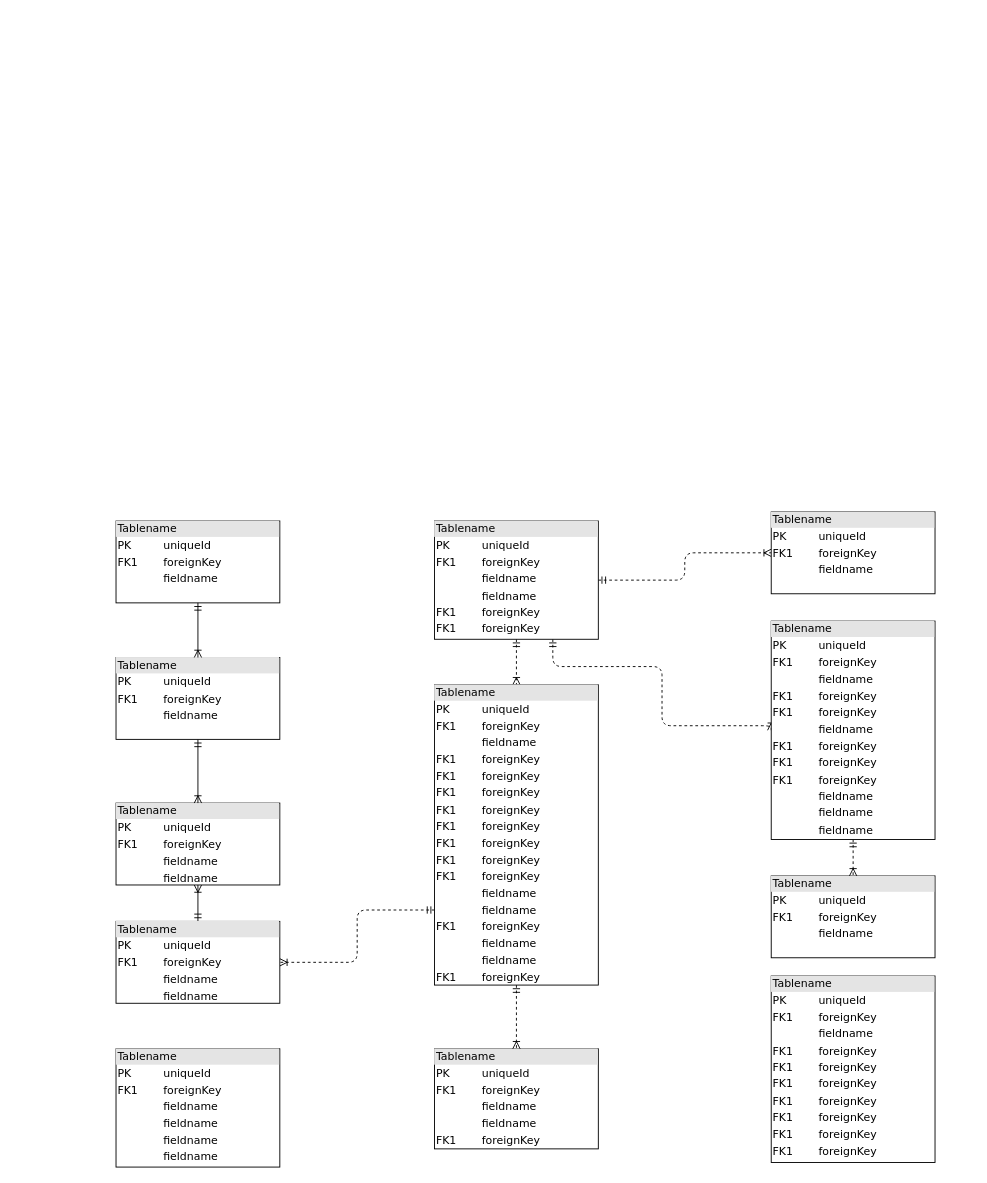
Before: Diagrama sem nome.drawio in dominguesVini/HubGest, a draw.io diagram. Source tidied: cells renumbered, new cells numbered last; positions are measured from the earlier drawing's top-left corner, leaving out a move shared by most shapes. Both pictures are drawn from the tidied source at 91%, with x=0, y=0 at pixel (116, 511).
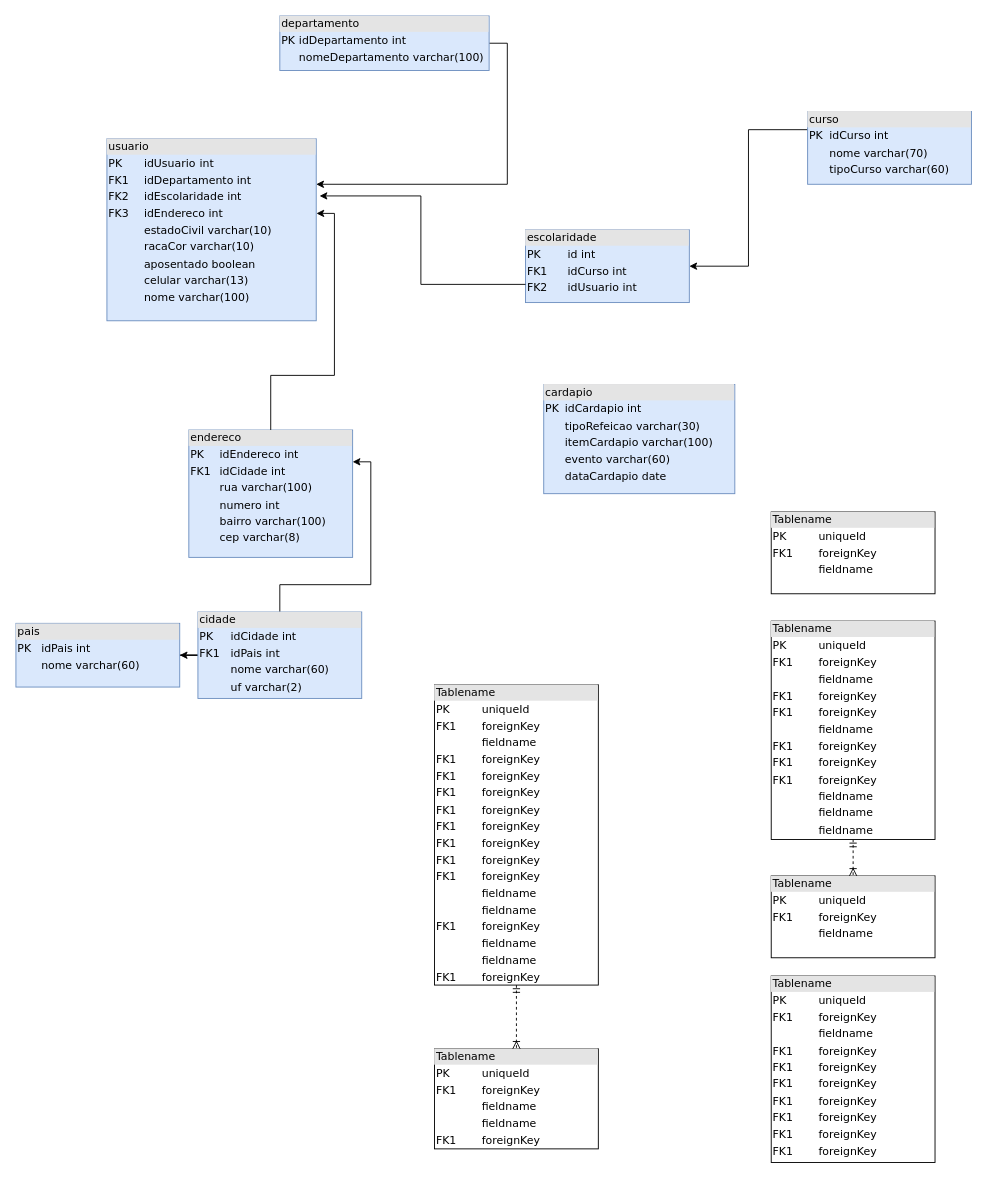
The same page after the edit.

The change refers to these unchanged cells:
```xml
<mxCell id="16" value="&lt;div style=&quot;box-sizing: border-box ; width: 100% ; background: #e4e4e4 ; padding: 2px&quot;&gt;Tablename&lt;/div&gt;&lt;table style=&quot;width: 100% ; font-size: 1em&quot; cellpadding=&quot;2&quot; cellspacing=&quot;0&quot;&gt;&lt;tbody&gt;&lt;tr&gt;&lt;td&gt;PK&lt;/td&gt;&lt;td&gt;uniqueId&lt;/td&gt;&lt;/tr&gt;&lt;tr&gt;&lt;td&gt;FK1&lt;/td&gt;&lt;td&gt;foreignKey&lt;/td&gt;&lt;/tr&gt;&lt;tr&gt;&lt;td&gt;&lt;/td&gt;&lt;td&gt;fieldname&lt;/td&gt;&lt;/tr&gt;&lt;tr&gt;&lt;td&gt;FK1&lt;br&gt;&lt;/td&gt;&lt;td&gt;foreignKey&lt;br&gt;&lt;/td&gt;&lt;/tr&gt;&lt;tr&gt;&lt;td&gt;FK1&lt;br&gt;&lt;/td&gt;&lt;td&gt;foreignKey&lt;br&gt;&lt;/td&gt;&lt;/tr&gt;&lt;tr&gt;&lt;td&gt;FK1&lt;br&gt;&lt;/td&gt;&lt;td&gt;foreignKey&lt;br&gt;&lt;/td&gt;&lt;/tr&gt;&lt;tr&gt;&lt;td&gt;FK1&lt;br&gt;&lt;/td&gt;&lt;td&gt;foreignKey&lt;br&gt;&lt;/td&gt;&lt;/tr&gt;&lt;tr&gt;&lt;td&gt;FK1&lt;br&gt;&lt;/td&gt;&lt;td&gt;foreignKey&lt;br&gt;&lt;/td&gt;&lt;/tr&gt;&lt;tr&gt;&lt;td&gt;FK1&lt;br&gt;&lt;/td&gt;&lt;td&gt;foreignKey&lt;br&gt;&lt;/td&gt;&lt;/tr&gt;&lt;tr&gt;&lt;td&gt;FK1&lt;br&gt;&lt;/td&gt;&lt;td&gt;foreignKey&lt;br&gt;&lt;/td&gt;&lt;/tr&gt;&lt;tr&gt;&lt;td&gt;FK1&lt;br&gt;&lt;/td&gt;&lt;td&gt;foreignKey&lt;br&gt;&lt;/td&gt;&lt;/tr&gt;&lt;tr&gt;&lt;td&gt;&lt;br&gt;&lt;/td&gt;&lt;td&gt;fieldname&lt;br&gt;&lt;/td&gt;&lt;/tr&gt;&lt;tr&gt;&lt;td&gt;&lt;br&gt;&lt;/td&gt;&lt;td&gt;fieldname&lt;br&gt;&lt;/td&gt;&lt;/tr&gt;&lt;tr&gt;&lt;td&gt;FK1&lt;br&gt;&lt;/td&gt;&lt;td&gt;foreignKey&lt;br&gt;&lt;/td&gt;&lt;/tr&gt;&lt;tr&gt;&lt;td&gt;&lt;br&gt;&lt;/td&gt;&lt;td&gt;fieldname&lt;br&gt;&lt;/td&gt;&lt;/tr&gt;&lt;tr&gt;&lt;td&gt;&lt;br&gt;&lt;/td&gt;&lt;td&gt;fieldname&lt;br&gt;&lt;/td&gt;&lt;/tr&gt;&lt;tr&gt;&lt;td&gt;FK1&lt;br&gt;&lt;/td&gt;&lt;td&gt;foreignKey&lt;br&gt;&lt;/td&gt;&lt;/tr&gt;&lt;/tbody&gt;&lt;/table&gt;" style="verticalAlign=top;align=left;overflow=fill;html=1;rounded=0;shadow=0;comic=0;labelBackgroundColor=none;strokeWidth=1;fontFamily=Verdana;fontSize=12;" parent="1" vertex="1">
  <mxGeometry x="350" y="190" width="180" height="330" as="geometry" />
</mxCell>
<mxCell id="19" value="&lt;div style=&quot;box-sizing: border-box ; width: 100% ; background: #e4e4e4 ; padding: 2px&quot;&gt;Tablename&lt;/div&gt;&lt;table style=&quot;width: 100% ; font-size: 1em&quot; cellpadding=&quot;2&quot; cellspacing=&quot;0&quot;&gt;&lt;tbody&gt;&lt;tr&gt;&lt;td&gt;PK&lt;/td&gt;&lt;td&gt;uniqueId&lt;/td&gt;&lt;/tr&gt;&lt;tr&gt;&lt;td&gt;FK1&lt;/td&gt;&lt;td&gt;foreignKey&lt;/td&gt;&lt;/tr&gt;&lt;tr&gt;&lt;td&gt;&lt;/td&gt;&lt;td&gt;fieldname&lt;/td&gt;&lt;/tr&gt;&lt;tr&gt;&lt;td&gt;FK1&lt;br&gt;&lt;/td&gt;&lt;td&gt;foreignKey&lt;br&gt;&lt;/td&gt;&lt;/tr&gt;&lt;tr&gt;&lt;td&gt;FK1&lt;br&gt;&lt;/td&gt;&lt;td&gt;foreignKey&lt;br&gt;&lt;/td&gt;&lt;/tr&gt;&lt;tr&gt;&lt;td&gt;&lt;br&gt;&lt;/td&gt;&lt;td&gt;fieldname&lt;br&gt;&lt;/td&gt;&lt;/tr&gt;&lt;tr&gt;&lt;td&gt;FK1&lt;br&gt;&lt;/td&gt;&lt;td&gt;foreignKey&lt;br&gt;&lt;/td&gt;&lt;/tr&gt;&lt;tr&gt;&lt;td&gt;FK1&lt;br&gt;&lt;/td&gt;&lt;td&gt;foreignKey&lt;br&gt;&lt;/td&gt;&lt;/tr&gt;&lt;tr&gt;&lt;td&gt;FK1&lt;br&gt;&lt;/td&gt;&lt;td&gt;foreignKey&lt;br&gt;&lt;/td&gt;&lt;/tr&gt;&lt;tr&gt;&lt;td&gt;&lt;br&gt;&lt;/td&gt;&lt;td&gt;fieldname&lt;br&gt;&lt;/td&gt;&lt;/tr&gt;&lt;tr&gt;&lt;td&gt;&lt;br&gt;&lt;/td&gt;&lt;td&gt;fieldname&lt;br&gt;&lt;/td&gt;&lt;/tr&gt;&lt;tr&gt;&lt;td&gt;&lt;br&gt;&lt;/td&gt;&lt;td&gt;fieldname&lt;br&gt;&lt;/td&gt;&lt;/tr&gt;&lt;/tbody&gt;&lt;/table&gt;" style="verticalAlign=top;align=left;overflow=fill;html=1;rounded=0;shadow=0;comic=0;labelBackgroundColor=none;strokeWidth=1;fontFamily=Verdana;fontSize=12;" parent="1" vertex="1">
  <mxGeometry x="720" y="120" width="180" height="240" as="geometry" />
</mxCell>
<mxCell id="20" value="&lt;div style=&quot;box-sizing:border-box;width:100%;background:#e4e4e4;padding:2px;&quot;&gt;Tablename&lt;/div&gt;&lt;table style=&quot;width:100%;font-size:1em;&quot; cellpadding=&quot;2&quot; cellspacing=&quot;0&quot;&gt;&lt;tr&gt;&lt;td&gt;PK&lt;/td&gt;&lt;td&gt;uniqueId&lt;/td&gt;&lt;/tr&gt;&lt;tr&gt;&lt;td&gt;FK1&lt;/td&gt;&lt;td&gt;foreignKey&lt;/td&gt;&lt;/tr&gt;&lt;tr&gt;&lt;td&gt;&lt;/td&gt;&lt;td&gt;fieldname&lt;/td&gt;&lt;/tr&gt;&lt;/table&gt;" style="verticalAlign=top;align=left;overflow=fill;html=1;rounded=0;shadow=0;comic=0;labelBackgroundColor=none;strokeWidth=1;fontFamily=Verdana;fontSize=12;" parent="1" vertex="1">
  <mxGeometry x="720" width="180" height="90" as="geometry" />
</mxCell>
```

Diff of the diagram source:
```diff
@@
-    <mxCell id="2" value="&lt;div style=&quot;box-sizing:border-box;width:100%;background:#e4e4e4;padding:2px;&quot;&gt;Tablename&lt;/div&gt;&lt;table style=&quot;width:100%;font-size:1em;&quot; cellpadding=&quot;2&quot; cellspacing=&quot;0&quot;&gt;&lt;tr&gt;&lt;td&gt;PK&lt;/td&gt;&lt;td&gt;uniqueId&lt;/td&gt;&lt;/tr&gt;&lt;tr&gt;&lt;td&gt;FK1&lt;/td&gt;&lt;td&gt;foreignKey&lt;/td&gt;&lt;/tr&gt;&lt;tr&gt;&lt;td&gt;&lt;/td&gt;&lt;td&gt;fieldname&lt;/td&gt;&lt;/tr&gt;&lt;/table&gt;" style="verticalAlign=top;align=left;overflow=fill;html=1;rounded=0;shadow=0;comic=0;labelBackgroundColor=none;strokeWidth=1;fontFamily=Verdana;fontSize=12;" parent="1" vertex="1">
-      <mxGeometry y="10" width="180" height="90" as="geometry" />
+    <mxCell id="2" value="&lt;div style=&quot;box-sizing:border-box;width:100%;background:#e4e4e4;padding:2px;&quot;&gt;usuario&lt;/div&gt;&lt;table style=&quot;width:100%;font-size:1em;&quot; cellpadding=&quot;2&quot; cellspacing=&quot;0&quot;&gt;&lt;tbody&gt;&lt;tr&gt;&lt;td&gt;PK&lt;/td&gt;&lt;td&gt;&lt;br&gt;&lt;/td&gt;&lt;td&gt;idUsuario&lt;span style=&quot;white-space: pre;&quot;&gt;&#9;&lt;/span&gt;int&lt;/td&gt;&lt;td&gt;&lt;br&gt;&lt;/td&gt;&lt;/tr&gt;&lt;tr&gt;&lt;td&gt;FK1&lt;/td&gt;&lt;td&gt;&lt;br&gt;&lt;/td&gt;&lt;td&gt;idDepartamento int&lt;/td&gt;&lt;td&gt;&lt;br&gt;&lt;/td&gt;&lt;/tr&gt;&lt;tr&gt;&lt;td&gt;FK2&lt;/td&gt;&lt;td&gt;&lt;br&gt;&lt;/td&gt;&lt;td&gt;idEscolaridade int&lt;/td&gt;&lt;td&gt;&lt;br&gt;&lt;/td&gt;&lt;/tr&gt;&lt;tr&gt;&lt;td&gt;FK3&lt;/td&gt;&lt;td&gt;&lt;br&gt;&lt;/td&gt;&lt;td&gt;idEndereco int&lt;/td&gt;&lt;td&gt;&lt;br&gt;&lt;/td&gt;&lt;/tr&gt;&lt;tr&gt;&lt;td&gt;&amp;nbsp;&amp;nbsp;&lt;/td&gt;&lt;td&gt;&lt;br&gt;&lt;/td&gt;&lt;td&gt;estadoCivil varchar(10)&lt;/td&gt;&lt;td&gt;&lt;br&gt;&lt;/td&gt;&lt;/tr&gt;&lt;tr&gt;&lt;td&gt;&lt;br&gt;&lt;/td&gt;&lt;td&gt;&lt;br&gt;&lt;/td&gt;&lt;td&gt;racaCor varchar(10)&lt;/td&gt;&lt;td&gt;&lt;br&gt;&lt;/td&gt;&lt;/tr&gt;&lt;tr&gt;&lt;td&gt;&lt;br&gt;&lt;/td&gt;&lt;td&gt;&lt;br&gt;&lt;/td&gt;&lt;td&gt;aposentado boolean&lt;/td&gt;&lt;td&gt;&lt;br&gt;&lt;/td&gt;&lt;/tr&gt;&lt;tr&gt;&lt;td&gt;&lt;br&gt;&lt;/td&gt;&lt;td&gt;&lt;br&gt;&lt;/td&gt;&lt;td&gt;celular varchar(13)&lt;/td&gt;&lt;td&gt;&lt;br&gt;&lt;/td&gt;&lt;/tr&gt;&lt;tr&gt;&lt;td&gt;&lt;br&gt;&lt;/td&gt;&lt;td&gt;&lt;br&gt;&lt;/td&gt;&lt;td&gt;nome varchar(100)&lt;/td&gt;&lt;td&gt;&lt;br&gt;&lt;/td&gt;&lt;/tr&gt;&lt;/tbody&gt;&lt;/table&gt;" style="verticalAlign=top;align=left;overflow=fill;html=1;rounded=0;shadow=0;comic=0;labelBackgroundColor=none;strokeWidth=1;fontFamily=Verdana;fontSize=12;fillColor=#dae8fc;strokeColor=#6c8ebf;" parent="1" vertex="1">
+      <mxGeometry x="-10" y="-410" width="230" height="200" as="geometry" />
     </mxCell>
-    <mxCell id="3" style="edgeStyle=orthogonalEdgeStyle;html=1;entryX=0.5;entryY=0;dashed=1;labelBackgroundColor=none;startArrow=ERmandOne;endArrow=ERoneToMany;fontFamily=Verdana;fontSize=12;align=left;" parent="1" edge="1" source="6" target="16">
-      <mxGeometry relative="1" as="geometry" />
-    </mxCell>
-    <mxCell id="4" style="edgeStyle=orthogonalEdgeStyle;html=1;dashed=1;labelBackgroundColor=none;startArrow=ERmandOne;endArrow=ERoneToMany;fontFamily=Verdana;fontSize=12;align=left;entryX=0;entryY=0.5;" parent="1" edge="1" source="6" target="19">
-      <mxGeometry relative="1" as="geometry">
-        <Array as="points">
-          <mxPoint x="480" y="170" />
-          <mxPoint x="600" y="170" />
-          <mxPoint x="600" y="235" />
-        </Array>
-      </mxGeometry>
-    </mxCell>
-    <mxCell id="5" style="edgeStyle=orthogonalEdgeStyle;html=1;dashed=1;labelBackgroundColor=none;startArrow=ERmandOne;endArrow=ERoneToMany;fontFamily=Verdana;fontSize=12;align=left;" parent="1" edge="1" source="6" target="20">
-      <mxGeometry relative="1" as="geometry" />
-    </mxCell>
-    <mxCell id="6" value="&lt;div style=&quot;box-sizing: border-box ; width: 100% ; background: #e4e4e4 ; padding: 2px&quot;&gt;Tablename&lt;/div&gt;&lt;table style=&quot;width: 100% ; font-size: 1em&quot; cellpadding=&quot;2&quot; cellspacing=&quot;0&quot;&gt;&lt;tbody&gt;&lt;tr&gt;&lt;td&gt;PK&lt;/td&gt;&lt;td&gt;uniqueId&lt;/td&gt;&lt;/tr&gt;&lt;tr&gt;&lt;td&gt;FK1&lt;/td&gt;&lt;td&gt;foreignKey&lt;/td&gt;&lt;/tr&gt;&lt;tr&gt;&lt;td&gt;&lt;/td&gt;&lt;td&gt;fieldname&lt;/td&gt;&lt;/tr&gt;&lt;tr&gt;&lt;td&gt;&lt;br&gt;&lt;/td&gt;&lt;td&gt;fieldname&lt;br&gt;&lt;/td&gt;&lt;/tr&gt;&lt;tr&gt;&lt;td&gt;FK1&lt;br&gt;&lt;/td&gt;&lt;td&gt;foreignKey&lt;br&gt;&lt;/td&gt;&lt;/tr&gt;&lt;tr&gt;&lt;td&gt;FK1&lt;br&gt;&lt;/td&gt;&lt;td&gt;foreignKey&lt;br&gt;&lt;/td&gt;&lt;/tr&gt;&lt;/tbody&gt;&lt;/table&gt;" style="verticalAlign=top;align=left;overflow=fill;html=1;rounded=0;shadow=0;comic=0;labelBackgroundColor=none;strokeWidth=1;fontFamily=Verdana;fontSize=12;" parent="1" vertex="1">
-      <mxGeometry x="350" y="10" width="180" height="130" as="geometry" />
+    <mxCell id="6" value="&lt;div style=&quot;box-sizing: border-box ; width: 100% ; background: #e4e4e4 ; padding: 2px&quot;&gt;escolaridade&lt;/div&gt;&lt;table style=&quot;width: 100% ; font-size: 1em&quot; cellpadding=&quot;2&quot; cellspacing=&quot;0&quot;&gt;&lt;tbody&gt;&lt;tr&gt;&lt;td&gt;PK&lt;/td&gt;&lt;td&gt;id int&lt;/td&gt;&lt;/tr&gt;&lt;tr&gt;&lt;td&gt;FK1&lt;/td&gt;&lt;td&gt;idCurso int&lt;/td&gt;&lt;/tr&gt;&lt;tr&gt;&lt;td&gt;FK2&lt;/td&gt;&lt;td&gt;idUsuario int&lt;/td&gt;&lt;/tr&gt;&lt;/tbody&gt;&lt;/table&gt;" style="verticalAlign=top;align=left;overflow=fill;html=1;rounded=0;shadow=0;comic=0;labelBackgroundColor=none;strokeWidth=1;fontFamily=Verdana;fontSize=12;fillColor=#dae8fc;strokeColor=#6c8ebf;" parent="1" vertex="1">
+      <mxGeometry x="450" y="-310" width="180" height="80" as="geometry" />
     </mxCell>
-    <mxCell id="7" style="edgeStyle=orthogonalEdgeStyle;html=1;labelBackgroundColor=none;startArrow=ERmandOne;endArrow=ERoneToMany;fontFamily=Verdana;fontSize=12;align=left;" parent="1" edge="1" source="9" target="10">
-      <mxGeometry relative="1" as="geometry" />
-    </mxCell>
-    <mxCell id="8" style="edgeStyle=orthogonalEdgeStyle;html=1;exitX=0;exitY=0.75;entryX=1;entryY=0.5;dashed=1;labelBackgroundColor=none;startArrow=ERmandOne;endArrow=ERoneToMany;fontFamily=Verdana;fontSize=12;align=left;" parent="1" edge="1" source="16" target="9">
-      <mxGeometry relative="1" as="geometry" />
-    </mxCell>
-    <mxCell id="9" value="&lt;div style=&quot;box-sizing: border-box ; width: 100% ; background: #e4e4e4 ; padding: 2px&quot;&gt;Tablename&lt;/div&gt;&lt;table style=&quot;width: 100% ; font-size: 1em&quot; cellpadding=&quot;2&quot; cellspacing=&quot;0&quot;&gt;&lt;tbody&gt;&lt;tr&gt;&lt;td&gt;PK&lt;/td&gt;&lt;td&gt;uniqueId&lt;/td&gt;&lt;/tr&gt;&lt;tr&gt;&lt;td&gt;FK1&lt;/td&gt;&lt;td&gt;foreignKey&lt;/td&gt;&lt;/tr&gt;&lt;tr&gt;&lt;td&gt;&lt;/td&gt;&lt;td&gt;fieldname&lt;/td&gt;&lt;/tr&gt;&lt;tr&gt;&lt;td&gt;&lt;br&gt;&lt;/td&gt;&lt;td&gt;fieldname&lt;br&gt;&lt;/td&gt;&lt;/tr&gt;&lt;/tbody&gt;&lt;/table&gt;" style="verticalAlign=top;align=left;overflow=fill;html=1;rounded=0;shadow=0;comic=0;labelBackgroundColor=none;strokeWidth=1;fontFamily=Verdana;fontSize=12;" parent="1" vertex="1">
-      <mxGeometry y="450" width="180" height="90" as="geometry" />
+    <mxCell id="9" value="&lt;div style=&quot;box-sizing: border-box ; width: 100% ; background: #e4e4e4 ; padding: 2px&quot;&gt;endereco&lt;/div&gt;&lt;table style=&quot;width: 100% ; font-size: 1em&quot; cellpadding=&quot;2&quot; cellspacing=&quot;0&quot;&gt;&lt;tbody&gt;&lt;tr&gt;&lt;td&gt;PK&lt;/td&gt;&lt;td&gt;idEndereco int&lt;/td&gt;&lt;/tr&gt;&lt;tr&gt;&lt;td&gt;FK1&lt;/td&gt;&lt;td&gt;idCidade int&lt;/td&gt;&lt;/tr&gt;&lt;tr&gt;&lt;td&gt;&lt;br&gt;&lt;/td&gt;&lt;td&gt;rua varchar(100)&lt;/td&gt;&lt;/tr&gt;&lt;tr&gt;&lt;td&gt;&lt;/td&gt;&lt;td&gt;numero int&lt;/td&gt;&lt;/tr&gt;&lt;tr&gt;&lt;td&gt;&lt;br&gt;&lt;/td&gt;&lt;td&gt;bairro varchar(100)&lt;br&gt;&lt;/td&gt;&lt;/tr&gt;&lt;tr&gt;&lt;td&gt;&lt;br&gt;&lt;/td&gt;&lt;td&gt;cep varchar(8)&lt;/td&gt;&lt;/tr&gt;&lt;tr&gt;&lt;td&gt;&lt;br&gt;&lt;/td&gt;&lt;td&gt;&lt;br&gt;&lt;/td&gt;&lt;/tr&gt;&lt;/tbody&gt;&lt;/table&gt;" style="verticalAlign=top;align=left;overflow=fill;html=1;rounded=0;shadow=0;comic=0;labelBackgroundColor=none;strokeWidth=1;fontFamily=Verdana;fontSize=12;fillColor=#dae8fc;strokeColor=#6c8ebf;" parent="1" vertex="1">
+      <mxGeometry x="80" y="-90" width="180" height="140" as="geometry" />
     </mxCell>
+    <mxCell id="23" style="edgeStyle=orthogonalEdgeStyle;rounded=0;jettySize=auto;html=1;exitX=1;exitY=0.5;exitDx=0;exitDy=0;entryX=1;entryY=0.25;entryDx=0;entryDy=0;" parent="1" edge="1" source="10" target="2">
+      <mxGeometry relative="1" as="geometry" />
+    </mxCell>
-    <mxCell id="10" value="&lt;div style=&quot;box-sizing: border-box ; width: 100% ; background: #e4e4e4 ; padding: 2px&quot;&gt;Tablename&lt;/div&gt;&lt;table style=&quot;width: 100% ; font-size: 1em&quot; cellpadding=&quot;2&quot; cellspacing=&quot;0&quot;&gt;&lt;tbody&gt;&lt;tr&gt;&lt;td&gt;PK&lt;/td&gt;&lt;td&gt;uniqueId&lt;/td&gt;&lt;/tr&gt;&lt;tr&gt;&lt;td&gt;FK1&lt;/td&gt;&lt;td&gt;foreignKey&lt;/td&gt;&lt;/tr&gt;&lt;tr&gt;&lt;td&gt;&lt;/td&gt;&lt;td&gt;fieldname&lt;/td&gt;&lt;/tr&gt;&lt;tr&gt;&lt;td&gt;&lt;br&gt;&lt;/td&gt;&lt;td&gt;fieldname&lt;br&gt;&lt;/td&gt;&lt;/tr&gt;&lt;/tbody&gt;&lt;/table&gt;" style="verticalAlign=top;align=left;overflow=fill;html=1;rounded=0;shadow=0;comic=0;labelBackgroundColor=none;strokeWidth=1;fontFamily=Verdana;fontSize=12;" parent="1" vertex="1">
-      <mxGeometry y="320" width="180" height="90" as="geometry" />
+    <mxCell id="10" value="&lt;div style=&quot;box-sizing: border-box ; width: 100% ; background: #e4e4e4 ; padding: 2px&quot;&gt;departamento&lt;/div&gt;&lt;table style=&quot;width: 100% ; font-size: 1em&quot; cellpadding=&quot;2&quot; cellspacing=&quot;0&quot;&gt;&lt;tbody&gt;&lt;tr&gt;&lt;td&gt;PK&lt;/td&gt;&lt;td&gt;idDepartamento int&lt;/td&gt;&lt;/tr&gt;&lt;tr&gt;&lt;td&gt;&lt;br&gt;&lt;/td&gt;&lt;td&gt;nomeDepartamento varchar(100)&lt;br&gt;&lt;/td&gt;&lt;/tr&gt;&lt;/tbody&gt;&lt;/table&gt;" style="verticalAlign=top;align=left;overflow=fill;html=1;rounded=0;shadow=0;comic=0;labelBackgroundColor=none;strokeWidth=1;fontFamily=Verdana;fontSize=12;fillColor=#dae8fc;strokeColor=#6c8ebf;" parent="1" vertex="1">
+      <mxGeometry x="180" y="-545" width="230" height="60" as="geometry" />
     </mxCell>
-    <mxCell id="11" style="edgeStyle=orthogonalEdgeStyle;html=1;entryX=0.5;entryY=0;labelBackgroundColor=none;startArrow=ERmandOne;endArrow=ERoneToMany;fontFamily=Verdana;fontSize=12;align=left;" parent="1" edge="1" source="12" target="10">
-      <mxGeometry relative="1" as="geometry" />
-    </mxCell>
-    <mxCell id="12" value="&lt;div style=&quot;box-sizing:border-box;width:100%;background:#e4e4e4;padding:2px;&quot;&gt;Tablename&lt;/div&gt;&lt;table style=&quot;width:100%;font-size:1em;&quot; cellpadding=&quot;2&quot; cellspacing=&quot;0&quot;&gt;&lt;tr&gt;&lt;td&gt;PK&lt;/td&gt;&lt;td&gt;uniqueId&lt;/td&gt;&lt;/tr&gt;&lt;tr&gt;&lt;td&gt;FK1&lt;/td&gt;&lt;td&gt;foreignKey&lt;/td&gt;&lt;/tr&gt;&lt;tr&gt;&lt;td&gt;&lt;/td&gt;&lt;td&gt;fieldname&lt;/td&gt;&lt;/tr&gt;&lt;/table&gt;" style="verticalAlign=top;align=left;overflow=fill;html=1;rounded=0;shadow=0;comic=0;labelBackgroundColor=none;strokeWidth=1;fontFamily=Verdana;fontSize=12;" parent="1" vertex="1">
-      <mxGeometry y="160" width="180" height="90" as="geometry" />
-    </mxCell>
@@
+    <mxCell id="24" style="edgeStyle=orthogonalEdgeStyle;rounded=0;jettySize=auto;html=1;exitX=0.5;exitY=0;exitDx=0;exitDy=0;entryX=1;entryY=0.25;entryDx=0;entryDy=0;" parent="1" edge="1" source="21" target="9">
+      <mxGeometry relative="1" as="geometry" />
+    </mxCell>
+    <mxCell id="25" style="edgeStyle=orthogonalEdgeStyle;rounded=0;jettySize=auto;html=1;exitX=0;exitY=0.5;exitDx=0;exitDy=0;" parent="1" edge="1" source="21" target="27">
+      <mxGeometry relative="1" as="geometry" />
+    </mxCell>
-    <mxCell id="21" value="&lt;div style=&quot;box-sizing: border-box ; width: 100% ; background: #e4e4e4 ; padding: 2px&quot;&gt;Tablename&lt;/div&gt;&lt;table style=&quot;width: 100% ; font-size: 1em&quot; cellpadding=&quot;2&quot; cellspacing=&quot;0&quot;&gt;&lt;tbody&gt;&lt;tr&gt;&lt;td&gt;PK&lt;/td&gt;&lt;td&gt;uniqueId&lt;/td&gt;&lt;/tr&gt;&lt;tr&gt;&lt;td&gt;FK1&lt;/td&gt;&lt;td&gt;foreignKey&lt;/td&gt;&lt;/tr&gt;&lt;tr&gt;&lt;td&gt;&lt;/td&gt;&lt;td&gt;fieldname&lt;/td&gt;&lt;/tr&gt;&lt;tr&gt;&lt;td&gt;&lt;br&gt;&lt;/td&gt;&lt;td&gt;fieldname&lt;br&gt;&lt;/td&gt;&lt;/tr&gt;&lt;tr&gt;&lt;td&gt;&lt;br&gt;&lt;/td&gt;&lt;td&gt;fieldname&lt;br&gt;&lt;/td&gt;&lt;/tr&gt;&lt;tr&gt;&lt;td&gt;&lt;br&gt;&lt;/td&gt;&lt;td&gt;fieldname&lt;br&gt;&lt;/td&gt;&lt;/tr&gt;&lt;/tbody&gt;&lt;/table&gt;" style="verticalAlign=top;align=left;overflow=fill;html=1;rounded=0;shadow=0;comic=0;labelBackgroundColor=none;strokeWidth=1;fontFamily=Verdana;fontSize=12;" parent="1" vertex="1">
-      <mxGeometry y="590" width="180" height="130" as="geometry" />
+    <mxCell id="21" value="&lt;div style=&quot;box-sizing: border-box ; width: 100% ; background: #e4e4e4 ; padding: 2px&quot;&gt;cidade&lt;/div&gt;&lt;table style=&quot;width: 100% ; font-size: 1em&quot; cellpadding=&quot;2&quot; cellspacing=&quot;0&quot;&gt;&lt;tbody&gt;&lt;tr&gt;&lt;td&gt;PK&lt;/td&gt;&lt;td&gt;idCidade int&lt;/td&gt;&lt;/tr&gt;&lt;tr&gt;&lt;td&gt;FK1&lt;/td&gt;&lt;td&gt;idPais int&lt;/td&gt;&lt;/tr&gt;&lt;tr&gt;&lt;td&gt;&lt;/td&gt;&lt;td&gt;nome varchar(60)&lt;/td&gt;&lt;/tr&gt;&lt;tr&gt;&lt;td&gt;&lt;br&gt;&lt;/td&gt;&lt;td&gt;uf varchar(2)&lt;/td&gt;&lt;/tr&gt;&lt;/tbody&gt;&lt;/table&gt;" style="verticalAlign=top;align=left;overflow=fill;html=1;rounded=0;shadow=0;comic=0;labelBackgroundColor=none;strokeWidth=1;fontFamily=Verdana;fontSize=12;fillColor=#dae8fc;strokeColor=#6c8ebf;" parent="1" vertex="1">
+      <mxGeometry x="90" y="110" width="180" height="95" as="geometry" />
     </mxCell>
-    <mxCell id="22" style="edgeStyle=orthogonalEdgeStyle;html=1;endArrow=ERoneToMany;startArrow=ERmandOne;labelBackgroundColor=none;fontFamily=Verdana;fontSize=12;align=left;exitX=0.5;exitY=1;entryX=0.5;entryY=0;" parent="1" edge="1" source="2" target="12">
-      <mxGeometry relative="1" as="geometry" />
-    </mxCell>
+    <mxCell id="26" style="edgeStyle=orthogonalEdgeStyle;rounded=0;jettySize=auto;html=1;exitX=0.5;exitY=0;exitDx=0;exitDy=0;entryX=1.001;entryY=0.41;entryDx=0;entryDy=0;entryPerimeter=0;" parent="1" edge="1" source="9" target="2">
+      <mxGeometry relative="1" as="geometry" />
+    </mxCell>
+    <mxCell id="27" value="&lt;div style=&quot;box-sizing: border-box ; width: 100% ; background: #e4e4e4 ; padding: 2px&quot;&gt;pais&lt;/div&gt;&lt;table style=&quot;width: 100% ; font-size: 1em&quot; cellpadding=&quot;2&quot; cellspacing=&quot;0&quot;&gt;&lt;tbody&gt;&lt;tr&gt;&lt;td&gt;PK&lt;/td&gt;&lt;td&gt;idPais int&lt;/td&gt;&lt;/tr&gt;&lt;tr&gt;&lt;td&gt;&lt;/td&gt;&lt;td&gt;nome varchar(60)&lt;/td&gt;&lt;/tr&gt;&lt;/tbody&gt;&lt;/table&gt;" style="verticalAlign=top;align=left;overflow=fill;html=1;rounded=0;shadow=0;comic=0;labelBackgroundColor=none;strokeWidth=1;fontFamily=Verdana;fontSize=12;fillColor=#dae8fc;strokeColor=#6c8ebf;" parent="1" vertex="1">
+      <mxGeometry x="-110" y="122.5" width="180" height="70" as="geometry" />
+    </mxCell>
+    <mxCell id="28" style="edgeStyle=orthogonalEdgeStyle;rounded=0;jettySize=auto;html=1;exitX=0;exitY=0.75;exitDx=0;exitDy=0;entryX=1.016;entryY=0.314;entryDx=0;entryDy=0;entryPerimeter=0;" parent="1" edge="1" source="6" target="2">
+      <mxGeometry relative="1" as="geometry" />
+    </mxCell>
+    <mxCell id="29" style="edgeStyle=orthogonalEdgeStyle;rounded=0;jettySize=auto;html=1;exitX=0;exitY=0.25;exitDx=0;exitDy=0;entryX=1;entryY=0.5;entryDx=0;entryDy=0;" parent="1" edge="1" source="30" target="6">
+      <mxGeometry relative="1" as="geometry" />
+    </mxCell>
+    <mxCell id="30" value="&lt;div style=&quot;box-sizing: border-box ; width: 100% ; background: #e4e4e4 ; padding: 2px&quot;&gt;curso&lt;/div&gt;&lt;table style=&quot;width: 100% ; font-size: 1em&quot; cellpadding=&quot;2&quot; cellspacing=&quot;0&quot;&gt;&lt;tbody&gt;&lt;tr&gt;&lt;td&gt;PK&lt;/td&gt;&lt;td&gt;idCurso int&lt;/td&gt;&lt;/tr&gt;&lt;tr&gt;&lt;td&gt;&lt;br&gt;&lt;/td&gt;&lt;td&gt;nome varchar(70)&lt;/td&gt;&lt;/tr&gt;&lt;tr&gt;&lt;td&gt;&lt;br&gt;&lt;/td&gt;&lt;td&gt;tipoCurso varchar(60)&lt;/td&gt;&lt;/tr&gt;&lt;/tbody&gt;&lt;/table&gt;" style="verticalAlign=top;align=left;overflow=fill;html=1;rounded=0;shadow=0;comic=0;labelBackgroundColor=none;strokeWidth=1;fontFamily=Verdana;fontSize=12;fillColor=#dae8fc;strokeColor=#6c8ebf;" parent="1" vertex="1">
+      <mxGeometry x="760" y="-440" width="180" height="80" as="geometry" />
+    </mxCell>
+    <mxCell id="31" value="&lt;div style=&quot;box-sizing:border-box;width:100%;background:#e4e4e4;padding:2px;&quot;&gt;cardapio&lt;/div&gt;&lt;table style=&quot;width:100%;font-size:1em;&quot; cellpadding=&quot;2&quot; cellspacing=&quot;0&quot;&gt;&lt;tbody&gt;&lt;tr&gt;&lt;td&gt;PK&lt;/td&gt;&lt;td&gt;idCardapio int&lt;/td&gt;&lt;/tr&gt;&lt;tr&gt;&lt;td&gt;&lt;br&gt;&lt;/td&gt;&lt;td&gt;tipoRefeicao varchar(30)&lt;/td&gt;&lt;/tr&gt;&lt;tr&gt;&lt;td&gt;&lt;/td&gt;&lt;td&gt;itemCardapio varchar(100)&lt;/td&gt;&lt;/tr&gt;&lt;tr&gt;&lt;td&gt;&lt;br&gt;&lt;/td&gt;&lt;td&gt;evento varchar(60)&lt;/td&gt;&lt;/tr&gt;&lt;tr&gt;&lt;td&gt;&lt;br&gt;&lt;/td&gt;&lt;td&gt;dataCardapio date&lt;/td&gt;&lt;/tr&gt;&lt;/tbody&gt;&lt;/table&gt;" style="verticalAlign=top;align=left;overflow=fill;html=1;rounded=0;shadow=0;comic=0;labelBackgroundColor=none;strokeWidth=1;fontFamily=Verdana;fontSize=12;fillColor=#dae8fc;strokeColor=#6c8ebf;" parent="1" vertex="1">
+      <mxGeometry x="470" y="-140" width="210" height="120" as="geometry" />
+    </mxCell>
```
